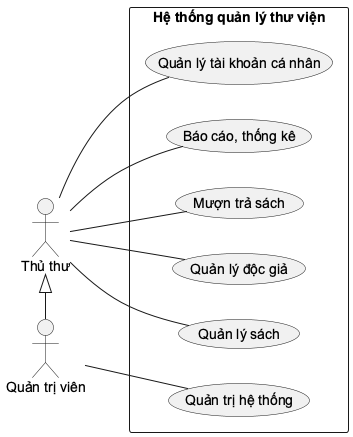
Above: docs/uml/01_use_case.png in khoiln218/ThuVienMini (PlantUML), before the change.
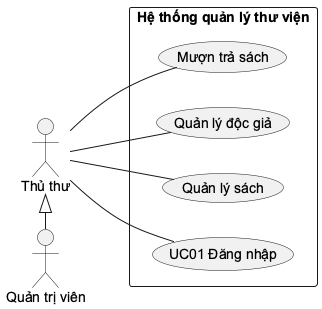
The same diagram one commit later.

What changed in the source:
```diff
@@ -7,17 +7,13 @@
 actor "Quản trị viên" as A
 T <|- A
 rectangle "Hệ thống quản lý thư viện" {
-  usecase "Quản lý tài khoản cá nhân" as G1
-  usecase "Quản lý sách" as G2
-  usecase "Quản lý độc giả" as G3
-  usecase "Mượn trả sách" as G4
-  usecase "Báo cáo, thống kê" as G5
-  usecase "Quản trị hệ thống" as G6
+  usecase "UC01 Đăng nhập" as UC01
+  usecase "Quản lý sách" as G1
+  usecase "Quản lý độc giả" as G2
+  usecase "Mượn trả sách" as G3
 }
+T -- UC01
 T -- G1
 T -- G2
 T -- G3
-T -- G4
-T -- G5
-A -- G6
 @enduml
```
